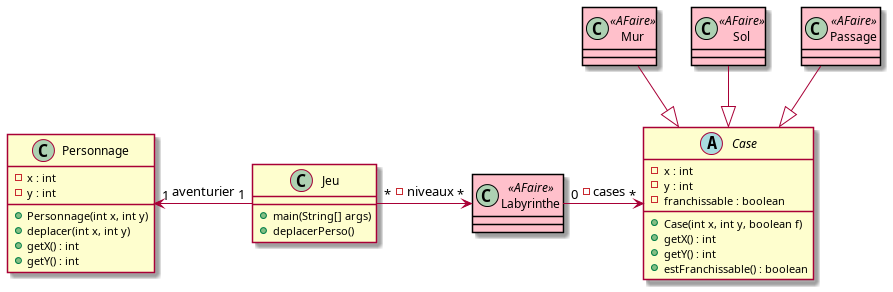
The PlantUML diagram documents/version_1/umlClasses.png in Alex-Michelet/2021_COO_Zeldiablo_Cordurie_Sacquard_Michelet_Kone_Becker, before a commit.
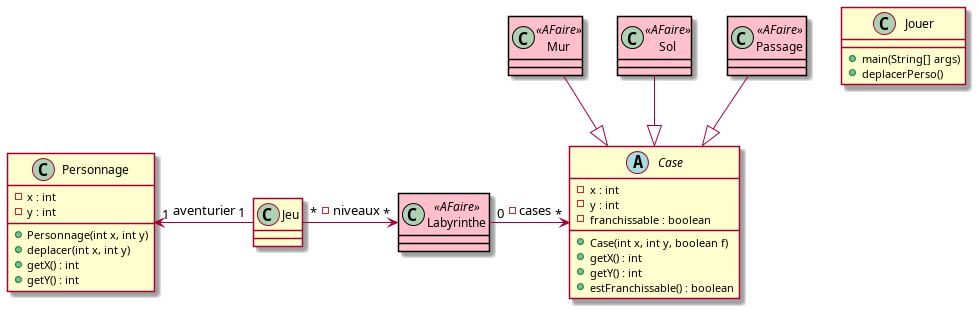
The same diagram one commit later.

Commit message:
Jeu-->Jouer diag class

Diff of the diagram source:
```diff
@@ -5,7 +5,7 @@
   BorderColor<<AFaire>> Black
 }
 
-class Jeu{
+class Jouer{
 + main(String[] args)
 + deplacerPerso()
 }
```
